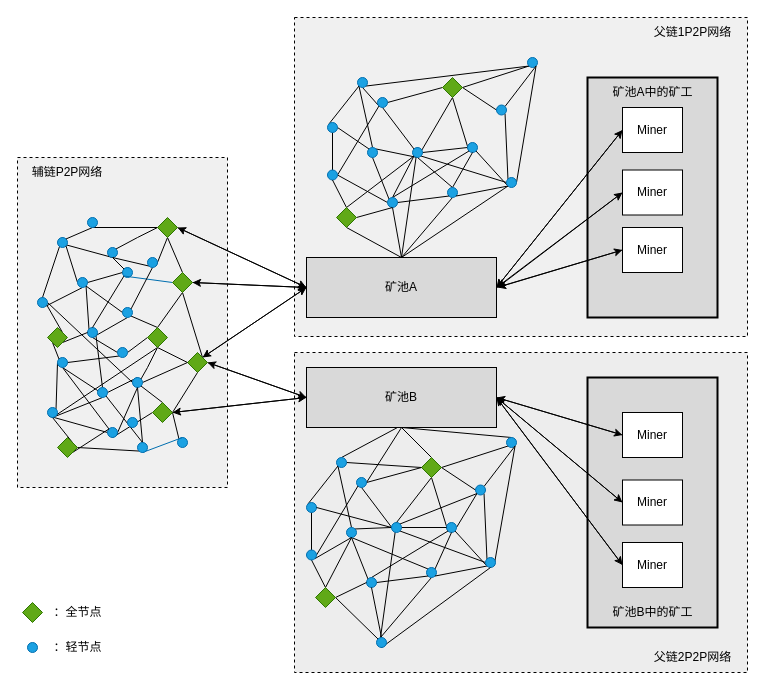
Above: auxnet.drawio in weihanby/Hello_Fudan (draw.io), before the change. Source tidied: cells renumbered, new cells numbered last; positions are measured from the earlier drawing's top-left corner, leaving out a move shared by most shapes. Both pictures are drawn from the tidied source at 100%, with x=0, y=0 at pixel (17, 17).
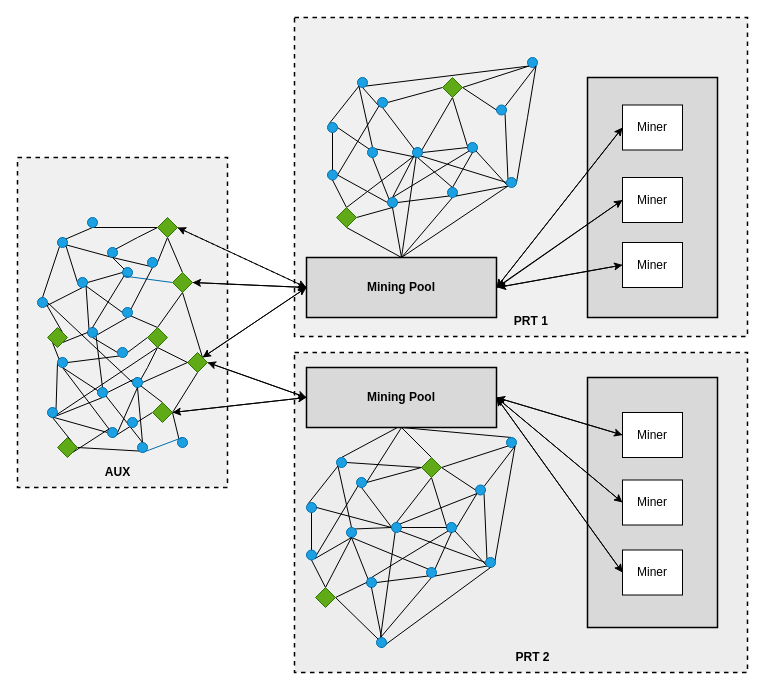
The same diagram, later.

The change refers to these unchanged cells:
```xml
<mxCell id="58" style="rhombus;whiteSpace=wrap;html=1;fillColor=#60a917;strokeColor=#2D7600;fontColor=#ffffff;" parent="1" vertex="1">
  <mxGeometry x="140" y="200" width="20" height="20" as="geometry" />
</mxCell>
<mxCell id="163" style="ellipse;whiteSpace=wrap;html=1;fillColor=#1ba1e2;fontColor=#ffffff;strokeColor=#006EAF;" parent="1" vertex="1">
  <mxGeometry x="510" y="40" width="10" height="10" as="geometry" />
</mxCell>
<mxCell id="170" style="ellipse;whiteSpace=wrap;html=1;fillColor=#1ba1e2;fontColor=#ffffff;strokeColor=#006EAF;" parent="1" vertex="1">
  <mxGeometry x="489" y="160" width="10" height="10" as="geometry" />
</mxCell>
```

Change to the diagram source:
```diff
@@
-    <mxCell id="2" style="whiteSpace=wrap;html=1;dashed=1;fillColor=#EDEDED;" parent="1" vertex="1">
+    <mxCell id="2" style="whiteSpace=wrap;html=1;dashed=1;fillColor=#EDEDED;strokeWidth=1.5;" parent="1" vertex="1">
       <mxGeometry x="277" y="335" width="453" height="320" as="geometry" />
     </mxCell>
-    <mxCell id="3" style="whiteSpace=wrap;html=1;dashed=1;fillColor=#F0F0F0;" parent="1" vertex="1">
+    <mxCell id="3" style="whiteSpace=wrap;html=1;dashed=1;fillColor=#F0F0F0;strokeWidth=1.5;" parent="1" vertex="1">
       <mxGeometry x="277" width="453" height="319" as="geometry" />
     </mxCell>
-    <mxCell id="4" style="whiteSpace=wrap;html=1;rounded=0;glass=0;shadow=0;fillColor=#F0F0F0;dashed=1;" parent="1" vertex="1">
+    <mxCell id="4" style="whiteSpace=wrap;html=1;rounded=0;glass=0;shadow=0;fillColor=#F0F0F0;dashed=1;strokeWidth=1.5;" parent="1" vertex="1">
       <mxGeometry y="140" width="210" height="330" as="geometry" />
     </mxCell>
-    <mxCell id="5" value="辅链P2P网络" style="text;strokeColor=none;align=center;fillColor=none;html=1;verticalAlign=middle;whiteSpace=wrap;rounded=0;" parent="1" vertex="1">
-      <mxGeometry y="140" width="100" height="30" as="geometry" />
-    </mxCell>
@@
-    <mxCell id="86" style="edgeStyle=none;rounded=0;jettySize=auto;html=1;exitX=0;exitY=0.5;exitDx=0;exitDy=0;entryX=1;entryY=0.5;entryDx=0;entryDy=0;" parent="1" edge="1" source="90" target="58">
+    <mxCell id="86" style="edgeStyle=none;rounded=0;jettySize=auto;html=1;exitX=0;exitY=0.5;exitDx=0;exitDy=0;entryX=1;entryY=0.5;entryDx=0;entryDy=0;dashed=1;" parent="1" edge="1" source="90" target="58">
       <mxGeometry relative="1" as="geometry" />
     </mxCell>
@@
-    <mxCell id="90" value="矿池A" style="whiteSpace=wrap;html=1;fillColor=#D9D9D9;strokeColor=#000000;" parent="1" vertex="1">
+    <mxCell id="90" value="&lt;b&gt;Mining Pool&lt;/b&gt;" style="whiteSpace=wrap;html=1;fillColor=#D9D9D9;strokeColor=#000000;strokeWidth=1.5;" parent="1" vertex="1">
       <mxGeometry x="289" y="240" width="190" height="60" as="geometry" />
     </mxCell>
@@
-    <mxCell id="94" value="矿池B" style="whiteSpace=wrap;html=1;fillColor=#D9D9D9;" parent="1" vertex="1">
+    <mxCell id="94" value="&lt;b&gt;Mining Pool&lt;/b&gt;" style="whiteSpace=wrap;html=1;fillColor=#D9D9D9;strokeWidth=1.5;" parent="1" vertex="1">
       <mxGeometry x="289" y="350" width="190" height="60" as="geometry" />
     </mxCell>
-    <mxCell id="95" style="whiteSpace=wrap;html=1;rounded=0;glass=0;shadow=0;fillColor=#D9D9D9;strokeWidth=2;" parent="1" vertex="1">
+    <mxCell id="95" style="whiteSpace=wrap;html=1;rounded=0;glass=0;shadow=0;fillColor=#D9D9D9;strokeWidth=1.5;" parent="1" vertex="1">
       <mxGeometry x="570" y="60" width="130" height="240" as="geometry" />
     </mxCell>
@@
     <mxCell id="97" value="Miner" style="whiteSpace=wrap;html=1;" parent="1" vertex="1">
-      <mxGeometry x="605" y="90" width="60" height="45" as="geometry" />
+      <mxGeometry x="605" y="87.5" width="60" height="45" as="geometry" />
     </mxCell>
@@
     <mxCell id="99" value="Miner" style="whiteSpace=wrap;html=1;" parent="1" vertex="1">
-      <mxGeometry x="605" y="152.5" width="60" height="45" as="geometry" />
+      <mxGeometry x="605" y="160" width="60" height="45" as="geometry" />
     </mxCell>
@@
     <mxCell id="101" value="Miner" style="whiteSpace=wrap;html=1;" parent="1" vertex="1">
-      <mxGeometry x="605" y="210" width="60" height="45" as="geometry" />
+      <mxGeometry x="605" y="225" width="60" height="45" as="geometry" />
     </mxCell>
-    <mxCell id="102" style="whiteSpace=wrap;html=1;rounded=0;glass=0;shadow=0;fillColor=#D9D9D9;strokeWidth=2;" parent="1" vertex="1">
+    <mxCell id="102" style="whiteSpace=wrap;html=1;rounded=0;glass=0;shadow=0;fillColor=#D9D9D9;strokeWidth=1.5;" parent="1" vertex="1">
       <mxGeometry x="570" y="360" width="130" height="250" as="geometry" />
     </mxCell>
@@
     <mxCell id="108" value="Miner" style="whiteSpace=wrap;html=1;" parent="1" vertex="1">
-      <mxGeometry x="605" y="525" width="60" height="45" as="geometry" />
+      <mxGeometry x="605" y="532.5" width="60" height="45" as="geometry" />
     </mxCell>
-    <mxCell id="109" value="矿池B中的矿工" style="text;html=1;align=center;verticalAlign=middle;strokeColor=none;fillColor=none;" parent="1" vertex="1">
-      <mxGeometry x="570" y="580" width="130" height="30" as="geometry" />
-    </mxCell>
-    <mxCell id="110" value="父链1P2P网络" style="text;html=1;align=center;verticalAlign=middle;strokeColor=none;fillColor=none;" parent="1" vertex="1">
-      <mxGeometry x="620" width="110" height="30" as="geometry" />
-    </mxCell>
-    <mxCell id="111" value="父链2P2P网络" style="text;html=1;align=center;verticalAlign=middle;strokeColor=none;fillColor=none;" parent="1" vertex="1">
-      <mxGeometry x="620" y="625" width="110" height="30" as="geometry" />
-    </mxCell>
-    <mxCell id="112" style="rhombus;whiteSpace=wrap;html=1;fillColor=#60a917;fontColor=#ffffff;strokeColor=#2D7600;" parent="1" vertex="1">
-      <mxGeometry x="5" y="585" width="20" height="20" as="geometry" />
-    </mxCell>
-    <mxCell id="113" style="ellipse;whiteSpace=wrap;html=1;fillColor=#1ba1e2;fontColor=#ffffff;strokeColor=#006EAF;" parent="1" vertex="1">
-      <mxGeometry x="10" y="625" width="10" height="10" as="geometry" />
-    </mxCell>
-    <mxCell id="114" value="：全节点" style="text;html=1;align=center;verticalAlign=middle;strokeColor=none;fillColor=none;" parent="1" vertex="1">
-      <mxGeometry x="15" y="580" width="90" height="30" as="geometry" />
-    </mxCell>
-    <mxCell id="115" value="：轻节点" style="text;html=1;align=center;verticalAlign=middle;strokeColor=none;fillColor=none;" parent="1" vertex="1">
-      <mxGeometry x="15" y="615" width="90" height="30" as="geometry" />
-    </mxCell>
@@
     <mxCell id="162" style="edgeStyle=none;rounded=0;jettySize=auto;html=1;exitX=1;exitY=1;exitDx=0;exitDy=0;entryX=1;entryY=0.5;entryDx=0;entryDy=0;endArrow=none;endFill=0;" parent="1" edge="1" source="163" target="170">
-      <mxGeometry relative="1" as="geometry" />
+      <mxGeometry relative="1" as="geometry">
+        <Array as="points">
+          <mxPoint x="510" y="100" />
+        </Array>
+      </mxGeometry>
     </mxCell>
@@
-    <mxCell id="228" value="矿池A中的矿工" style="text;html=1;align=center;verticalAlign=middle;strokeColor=none;fillColor=none;" parent="1" vertex="1">
-      <mxGeometry x="580" y="60" width="110" height="30" as="geometry" />
-    </mxCell>
+    <mxCell id="229" value="&lt;b&gt;AUX&lt;/b&gt;" style="text;html=1;align=center;verticalAlign=middle;strokeColor=none;fillColor=none;" parent="1" vertex="1">
+      <mxGeometry x="75" y="440" width="50" height="30" as="geometry" />
+    </mxCell>
+    <mxCell id="230" value="&lt;b&gt;PRT 1&amp;nbsp;&lt;/b&gt;" style="text;html=1;align=center;verticalAlign=middle;strokeColor=none;fillColor=none;" parent="1" vertex="1">
+      <mxGeometry x="485" y="289" width="60" height="30" as="geometry" />
+    </mxCell>
+    <mxCell id="231" value="&lt;b&gt;PRT 2&lt;/b&gt;" style="text;html=1;align=center;verticalAlign=middle;strokeColor=none;fillColor=none;" parent="1" vertex="1">
+      <mxGeometry x="485" y="625" width="60" height="30" as="geometry" />
+    </mxCell>
```
